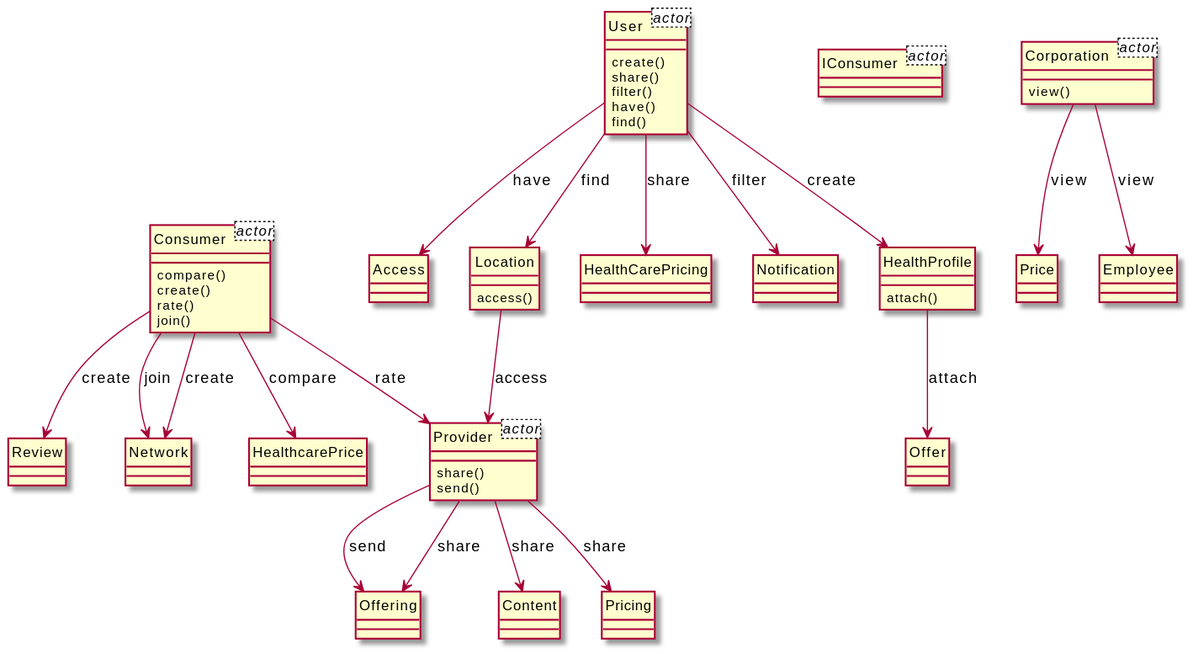
This is output/diagram_5/2014-USC-Project12.svg from xixixhalu/DomainModelExtractor, a PlantUML export, as it was before one commit.
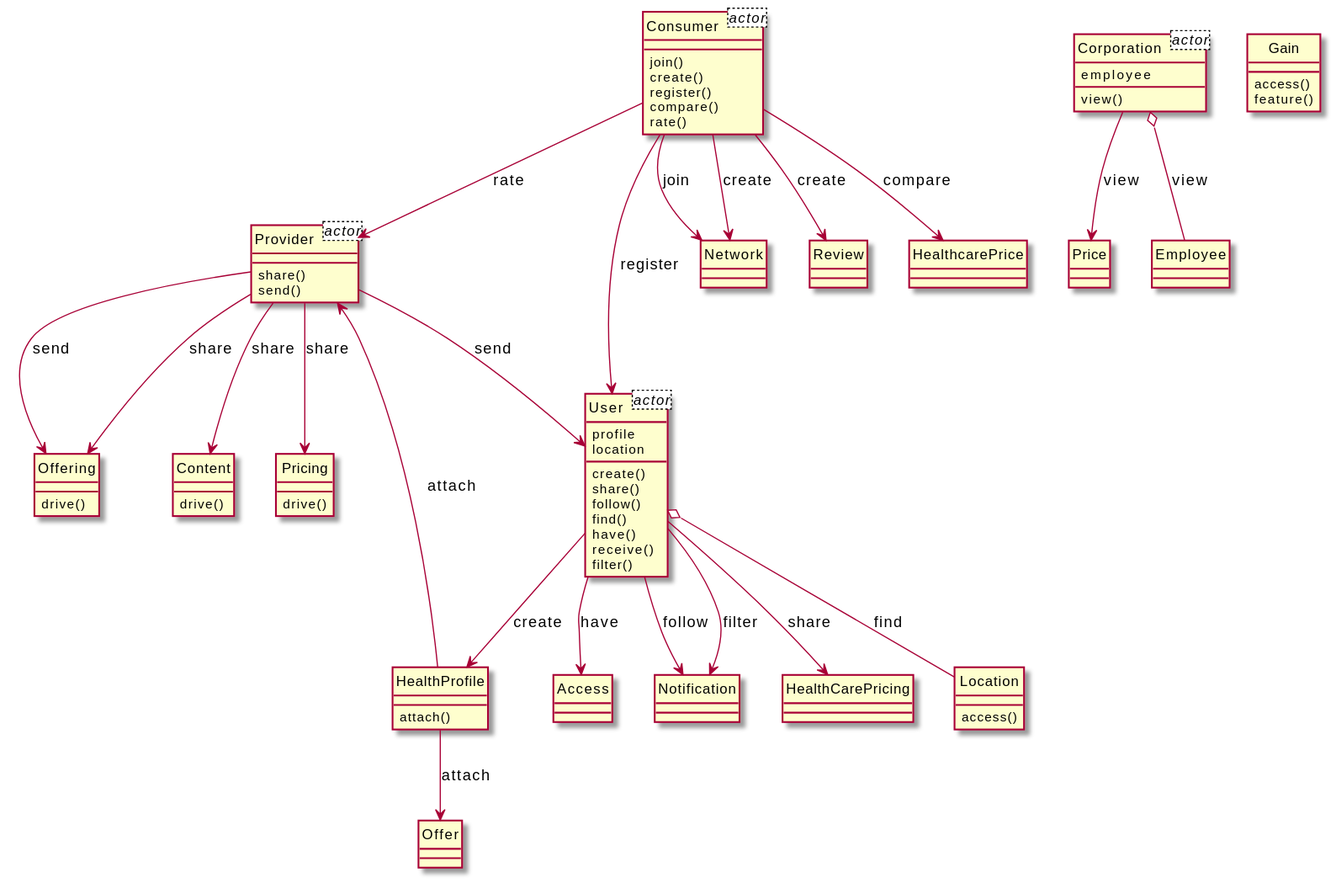
The same diagram one commit later.

What changed in the source:
```diff
@@ -2,80 +2,94 @@
 hide circle
 class Consumer<actor> {
 }
-class IConsumer<actor> {
-}
 class Corporation<actor> {
+	employee
 }
 class Provider<actor> {
 }
 class User<actor> {
+	profile
+	location
+}
+class Consumer {
+	join()
+	create()
+	register()
+	compare()
+	rate()
+}
+class Network {
+}
+class Offering {
+	drive()
+}
+class User {
+	create()
+	share()
+	follow()
+	find()
+	have()
+	receive()
+	filter()
+}
+class Notification {
+}
+class Corporation {
+	view()
+}
+class Content {
+	drive()
+}
+class Access {
+}
+class HealthProfile {
+	attach()
 }
 class Provider {
 	share()
 	send()
 }
-class Offering {
-}
-class Corporation {
-	view()
-}
 class Price {
 }
-class Consumer {
-	compare()
-	create()
-	rate()
-	join()
+class Review {
 }
-class Network {
+class Offer {
 }
-class Content {
+class Gain {
+	access()
+	feature()
 }
-class User {
-	create()
-	share()
-	filter()
-	have()
-	find()
+class Pricing {
+	drive()
 }
-class Access {
+class HealthCarePricing {
+}
+class HealthcarePrice {
 }
 class Location {
 	access()
 }
-class HealthCarePricing {
-}
-class Review {
-}
-class Pricing {
-}
 class Employee {
 }
-class HealthcarePrice {
-}
-class Notification {
-}
-class HealthProfile {
-	attach()
-}
-class Offer {
-}
+User --> Access : have
+Provider --> User : send
+Consumer --> Network : join
+Provider --> Offering : send
+HealthProfile --> Provider : attach
+User o-- Location : find
+User --> HealthProfile : create
+Corporation --> Price : view
+Corporation o-- Employee : view
+Consumer --> User : register
+Consumer --> Review : create
+User --> Notification : filter
+HealthProfile --> Offer : attach
+User --> Notification : follow
+Provider --> Offering : share
+Provider --> Pricing : share
+Consumer --> Provider : rate
 Provider --> Content : share
-Corporation --> Price : view
+User --> HealthCarePricing : share
+Consumer --> HealthcarePrice : compare
 Consumer --> Network : create
-Location --> Provider : access
-HealthProfile --> Offer : attach
-Consumer --> Provider : rate
-Provider --> Pricing : share
-User --> HealthCarePricing : share
-User --> Notification : filter
-User --> Location : find
-Provider --> Offering : send
-User --> Access : have
-Provider --> Offering : share
-Consumer --> Network : join
-Consumer --> Review : create
-User --> HealthProfile : create
-Corporation --> Employee : view
-Consumer --> HealthcarePrice : compare
 @enduml
```
